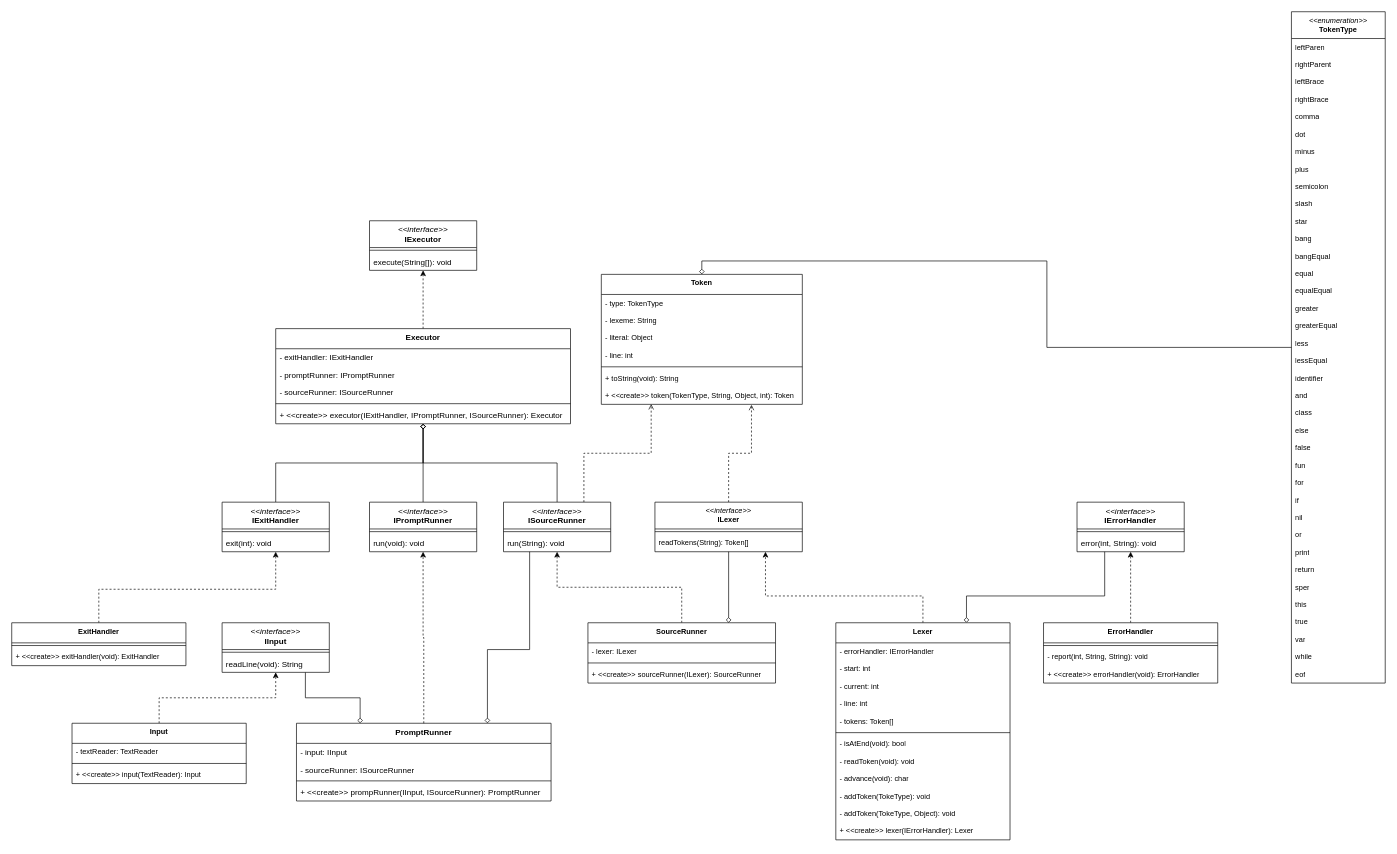
sradms0/lox keeps this draw.io diagram as cslox/doc/uml-class-diagram.drawio. Above is the earlier version. Source tidied: cells renumbered, new cells numbered last; positions are measured from the earlier drawing's top-left corner, leaving out a move shared by most shapes. Both pictures are drawn from the tidied source at 67%, with x=0, y=0 at pixel (11, 11).
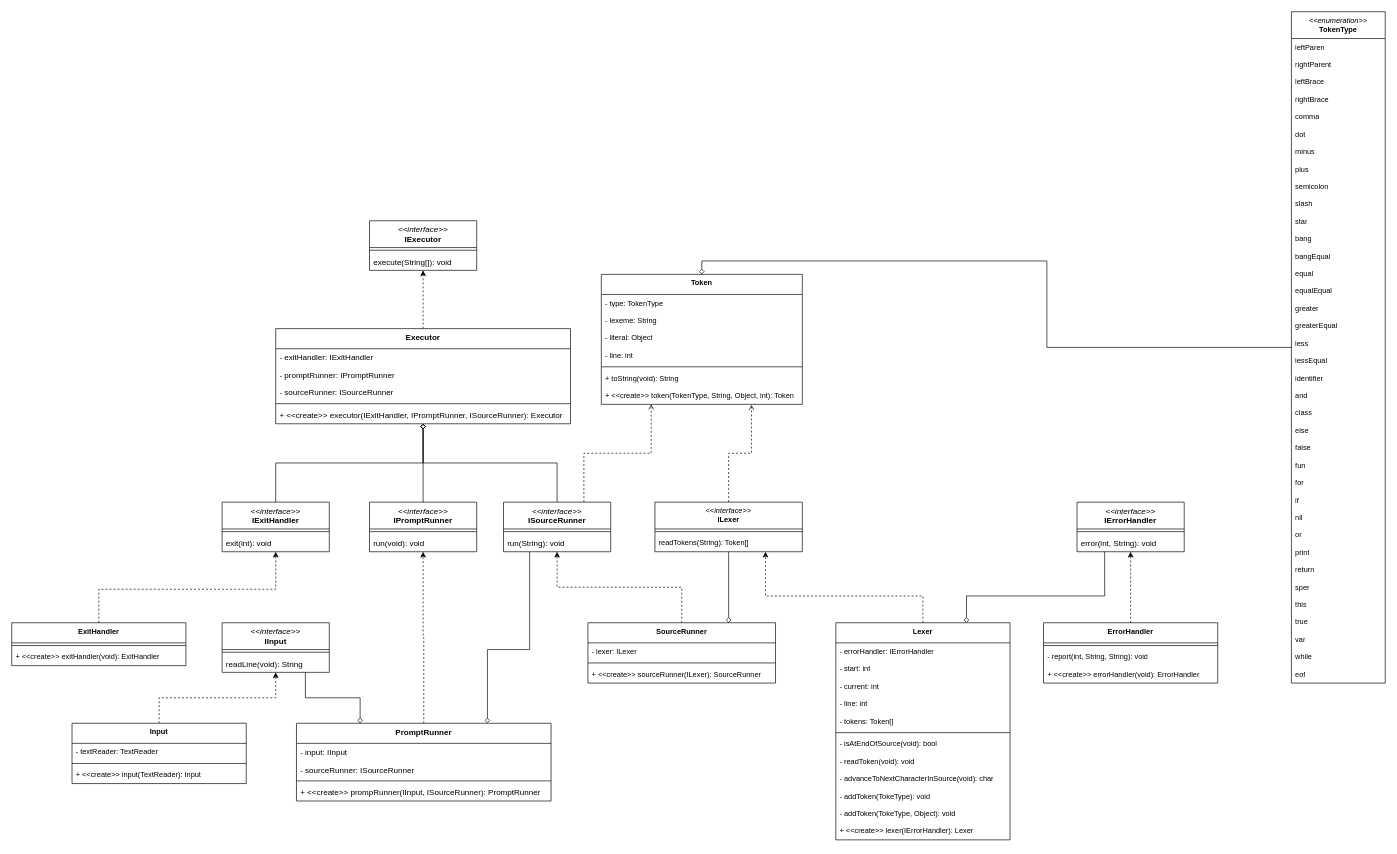
Above is the later version.

Commit message (it also covers changes not shown here):
4.4: Pass Lexer.ReadTokens unit tests.

Unchanged cells that the change refers to:
```xml
<mxCell id="113" value="Lexer" style="swimlane;fontStyle=1;align=center;verticalAlign=top;horizontal=1;startSize=30;whiteSpace=wrap;html=1;fontFamily=Helvetica;fontSize=11;fontColor=default;labelBackgroundColor=default;" parent="1" vertex="1">
  <mxGeometry x="1230" y="912" width="260" height="324" as="geometry" />
</mxCell>
```

What changed in the source:
```diff
@@
-    <mxCell id="120" value="- isAtEnd(void): bool" style="text;strokeColor=none;fillColor=none;align=left;verticalAlign=top;spacingLeft=4;spacingRight=4;overflow=hidden;whiteSpace=wrap;html=1;fontFamily=Helvetica;fontSize=11;fontColor=default;labelBackgroundColor=default;" parent="113" vertex="1">
+    <mxCell id="120" value="- isAtEndOfSource(void): bool" style="text;strokeColor=none;fillColor=none;align=left;verticalAlign=top;spacingLeft=4;spacingRight=4;overflow=hidden;whiteSpace=wrap;html=1;fontFamily=Helvetica;fontSize=11;fontColor=default;labelBackgroundColor=default;" parent="113" vertex="1">
       <mxGeometry y="168" width="260" height="26" as="geometry" />
     </mxCell>
@@
-    <mxCell id="122" value="- advance(void): char" style="text;strokeColor=none;fillColor=none;align=left;verticalAlign=top;spacingLeft=4;spacingRight=4;overflow=hidden;whiteSpace=wrap;html=1;fontFamily=Helvetica;fontSize=11;fontColor=default;labelBackgroundColor=default;" parent="113" vertex="1">
+    <mxCell id="122" value="- advanceToNextCharacterInSource(void): char" style="text;strokeColor=none;fillColor=none;align=left;verticalAlign=top;spacingLeft=4;spacingRight=4;overflow=hidden;whiteSpace=wrap;html=1;fontFamily=Helvetica;fontSize=11;fontColor=default;labelBackgroundColor=default;" parent="113" vertex="1">
       <mxGeometry y="220" width="260" height="26" as="geometry" />
     </mxCell>
```
